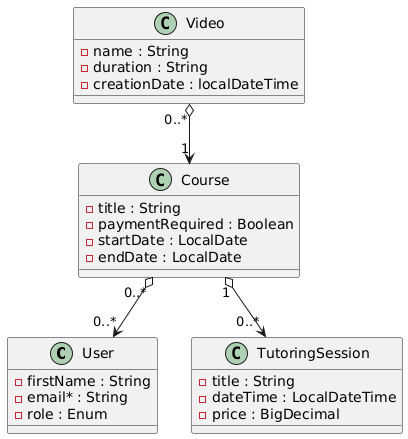
This is docs/Course.png from miw-upm/apaw-practice, a PlantUML export, as it was before one commit. The source it was exported from:
```plantuml
@startuml
class User {
    - firstName : String
    - email* : String
    - role : Enum
}

class Video {
    - name : String
    - duration : String
    - creationDate : localDateTime
}

class TutoringSession {
    - title : String
    - dateTime : LocalDateTime
    - price : BigDecimal
}

class Course {
    - title : String
    - paymentRequired : Boolean
    - startDate : LocalDate
    - endDate : LocalDate
}

Video "0..*" o-down-> "1" Course
Course"0..*" o-down-> "0..*"User
Course  "1" o-down-> "0..*"TutoringSession
@enduml
```
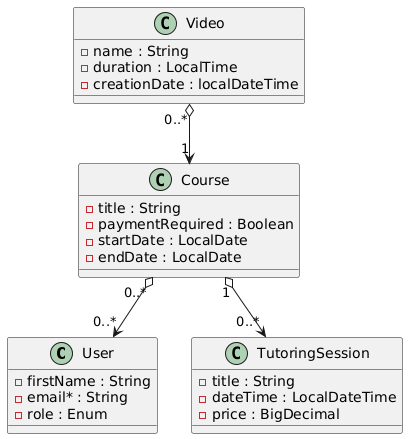
Above is the later version.

Commit message:
feat - model domain update #1085

The edit, as a diff of the source:
```diff
@@ -7,7 +7,7 @@
 
 class Video {
     - name : String
-    - duration : String
+    - duration : LocalTime
     - creationDate : localDateTime
 }
 
```
